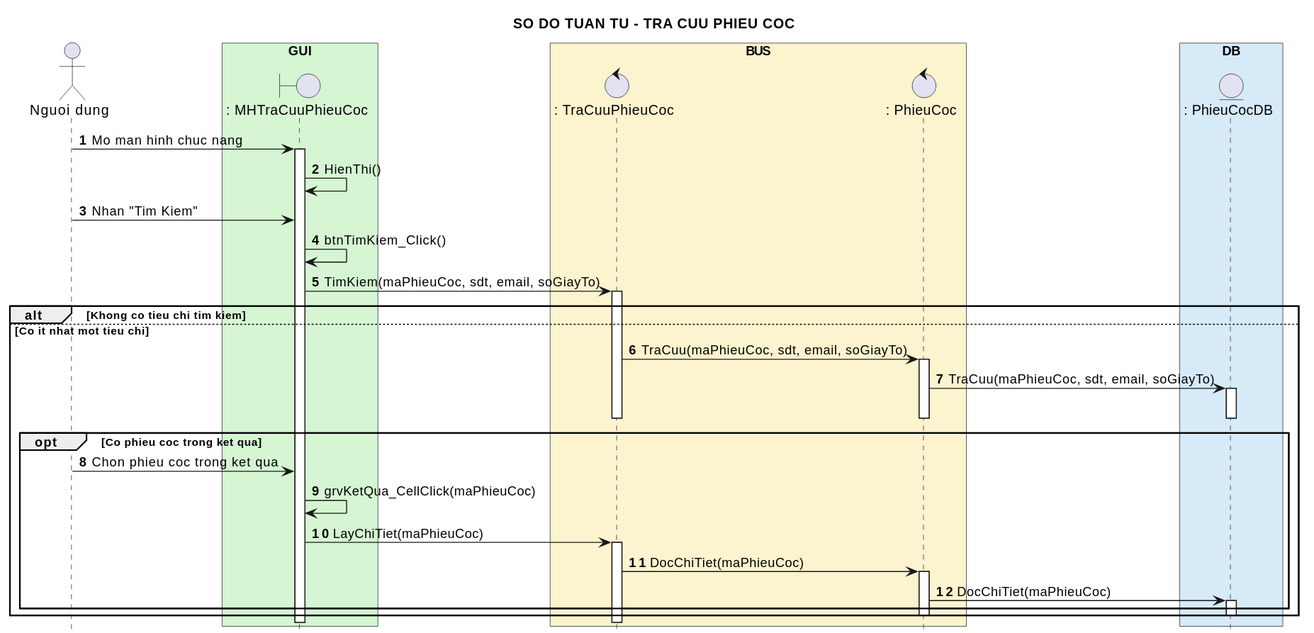
This is diagram/svg/tra-cuu-phieu-coc-sequence.svg from Ming1309/HomeStay-Dorm, a PlantUML export, as it was before one commit.
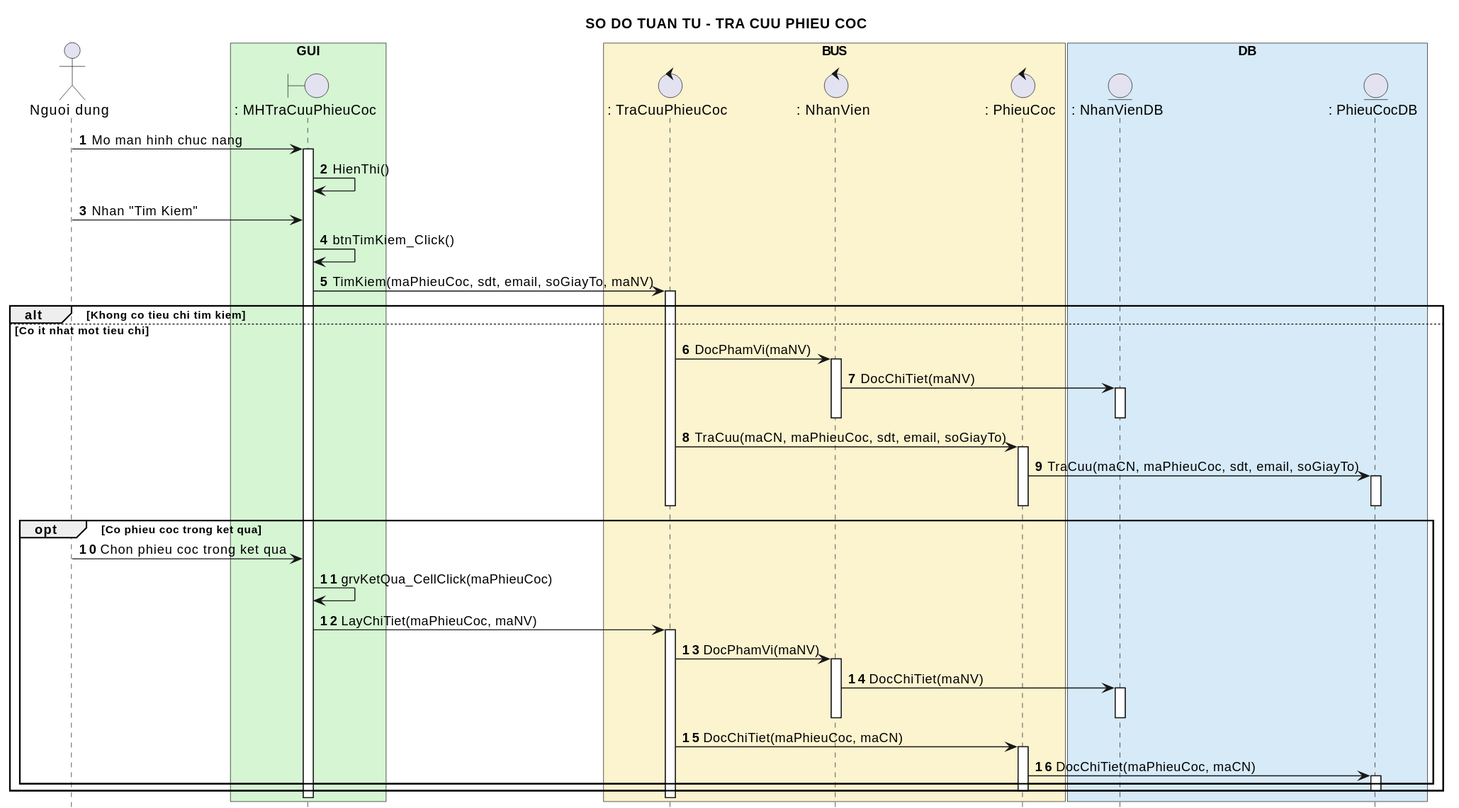
Above is the later version.

What changed in the source:
```diff
@@ -11,10 +11,12 @@
 
 box "BUS" #FCF3CF
 control ": TraCuuPhieuCoc" as TC
+control ": NhanVien" as NV
 control ": PhieuCoc" as PC
 end box
 
 box "DB" #D6EAF8
+entity ": NhanVienDB" as NVDB
 entity ": PhieuCocDB" as PCDB
 end box
 
@@ -24,13 +26,19 @@
 
 ND -> MH : Nhan "Tim Kiem"
 MH -> MH : btnTimKiem_Click()
-MH -> TC : TimKiem(maPhieuCoc, sdt, email, soGiayTo)
+MH -> TC : TimKiem(maPhieuCoc, sdt, email, soGiayTo, maNV)
 activate TC
 alt Khong co tieu chi tim kiem
 else Co it nhat mot tieu chi
-  TC -> PC : TraCuu(maPhieuCoc, sdt, email, soGiayTo)
+  TC -> NV : DocPhamVi(maNV)
+  activate NV
+  NV -> NVDB : DocChiTiet(maNV)
+  activate NVDB
+  deactivate NVDB
+  deactivate NV
+  TC -> PC : TraCuu(maCN, maPhieuCoc, sdt, email, soGiayTo)
   activate PC
-  PC -> PCDB : TraCuu(maPhieuCoc, sdt, email, soGiayTo)
+  PC -> PCDB : TraCuu(maCN, maPhieuCoc, sdt, email, soGiayTo)
   activate PCDB
   opt Co phieu coc trong ket qua
 deactivate PCDB
@@ -38,11 +46,17 @@
 deactivate TC
     ND -> MH : Chon phieu coc trong ket qua
     MH -> MH : grvKetQua_CellClick(maPhieuCoc)
-    MH -> TC : LayChiTiet(maPhieuCoc)
+    MH -> TC : LayChiTiet(maPhieuCoc, maNV)
     activate TC
-    TC -> PC : DocChiTiet(maPhieuCoc)
+    TC -> NV : DocPhamVi(maNV)
+    activate NV
+    NV -> NVDB : DocChiTiet(maNV)
+    activate NVDB
+    deactivate NVDB
+    deactivate NV
+    TC -> PC : DocChiTiet(maPhieuCoc, maCN)
     activate PC
-    PC -> PCDB : DocChiTiet(maPhieuCoc)
+    PC -> PCDB : DocChiTiet(maPhieuCoc, maCN)
     activate PCDB
   end
 deactivate PCDB
```
